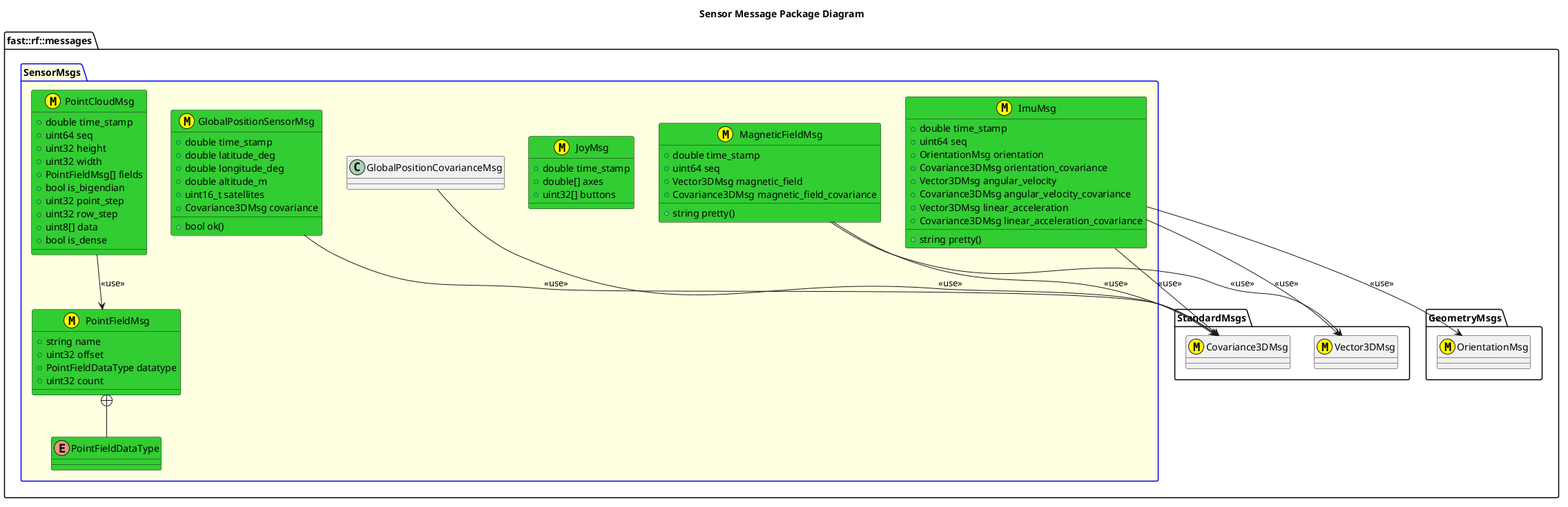
Earlier version of the PlantUML export msgs/SensorMsgs/doc/puml/SensorMessagesClassDiagram.png (fastrobotics/robot_framework).
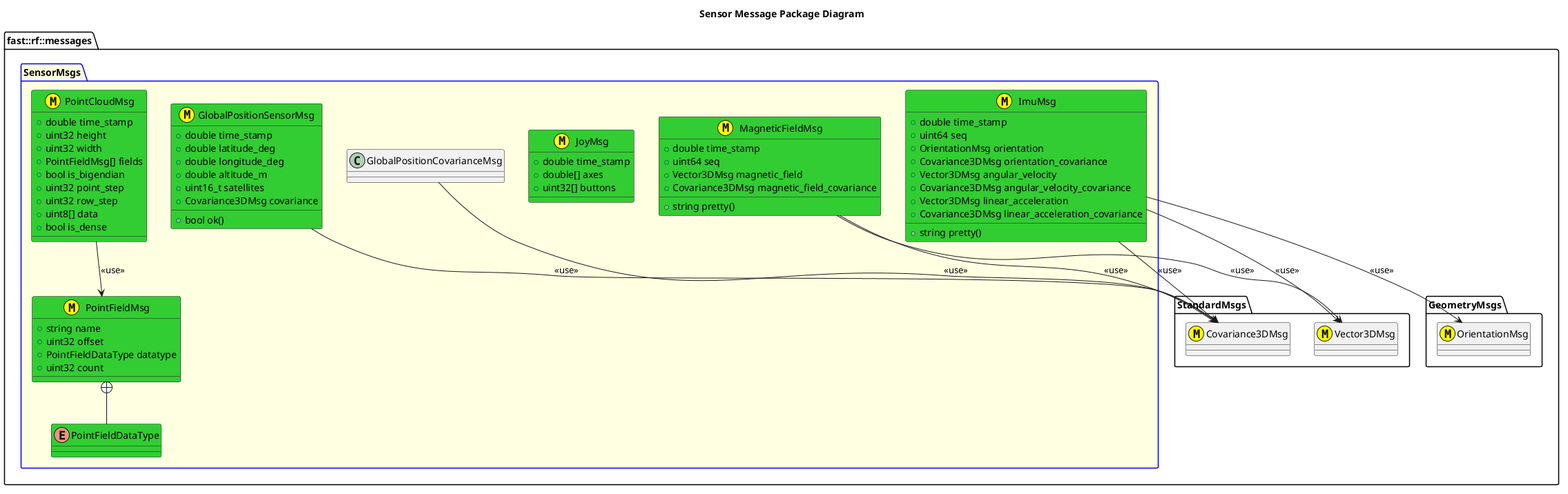
After the commit.

Change to the diagram source:
```diff
@@ -64,7 +64,6 @@
     PointFieldMsg +-- PointFieldDataType
     struct PointCloudMsg <<(M,#FFFF00)>> #LimeGreen {
         +double time_stamp
-        +uint64 seq
         +uint32 height
         +uint32 width
         +PointFieldMsg[] fields
```
